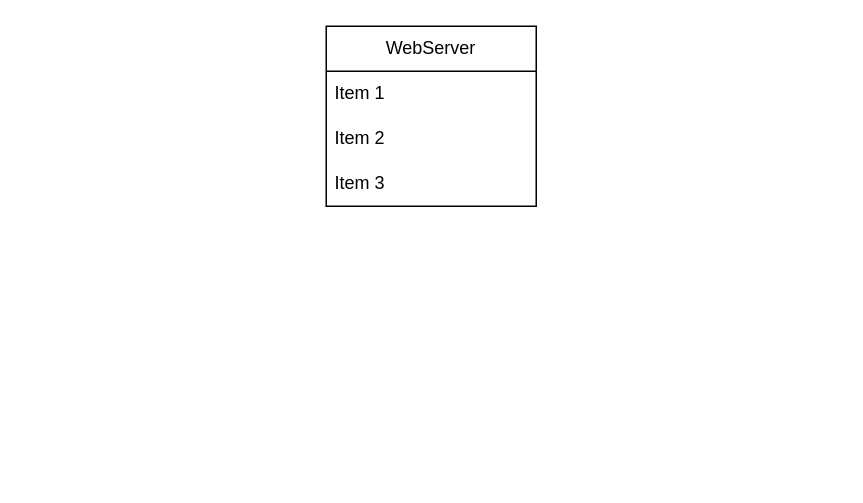
Earlier version of the draw.io diagram Python/DB-DoAn.drawio (TranKuBao/Try_hard_Code). Source tidied: cells renumbered, new cells numbered last; positions are measured from the earlier drawing's top-left corner, leaving out a move shared by most shapes. Both pictures are drawn from the tidied source at 150%, with x=0, y=0 at pixel (326, 26).
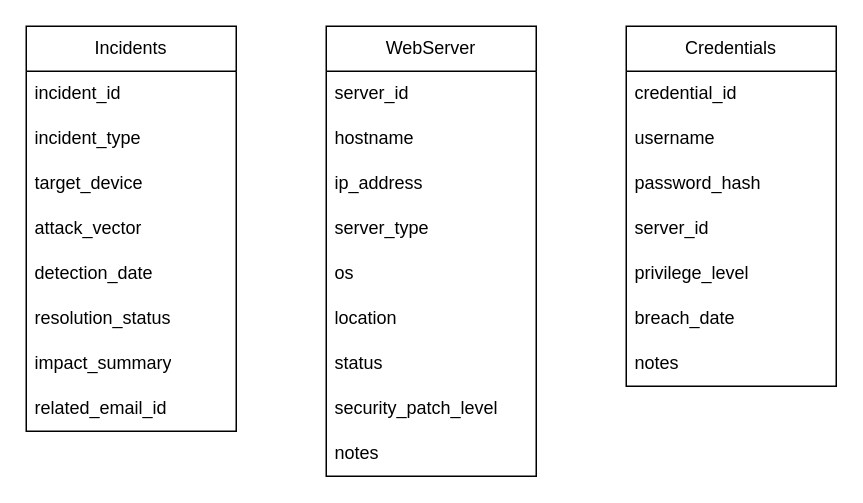
After the change.

The edit, as a diff of the source:
```diff
@@
     <mxCell id="2" value="WebServer" style="swimlane;fontStyle=0;horizontal=1;startSize=30;whiteSpace=wrap;html=1;" parent="1" vertex="1">
-      <mxGeometry width="140" height="120" as="geometry" />
+      <mxGeometry width="140" height="300" as="geometry" />
     </mxCell>
-    <mxCell id="3" value="Item 1" style="text;strokeColor=none;fillColor=none;align=left;verticalAlign=middle;spacingLeft=4;spacingRight=4;overflow=hidden;whiteSpace=wrap;html=1;" parent="2" vertex="1">
+    <mxCell id="3" value="s&lt;span style=&quot;background-color: transparent; color: light-dark(rgb(0, 0, 0), rgb(255, 255, 255));&quot;&gt;erver_id&lt;/span&gt;" style="text;strokeColor=none;fillColor=none;align=left;verticalAlign=middle;spacingLeft=4;spacingRight=4;overflow=hidden;whiteSpace=wrap;html=1;" parent="2" vertex="1">
       <mxGeometry y="30" width="140" height="30" as="geometry" />
     </mxCell>
-    <mxCell id="4" value="Item 2" style="text;strokeColor=none;fillColor=none;align=left;verticalAlign=middle;spacingLeft=4;spacingRight=4;overflow=hidden;whiteSpace=wrap;html=1;" parent="2" vertex="1">
+    <mxCell id="4" value="hostname" style="text;strokeColor=none;fillColor=none;align=left;verticalAlign=middle;spacingLeft=4;spacingRight=4;overflow=hidden;whiteSpace=wrap;html=1;" parent="2" vertex="1">
       <mxGeometry y="60" width="140" height="30" as="geometry" />
     </mxCell>
+    <mxCell id="6" value="ip_address" style="text;strokeColor=none;fillColor=none;align=left;verticalAlign=middle;spacingLeft=4;spacingRight=4;overflow=hidden;whiteSpace=wrap;html=1;" parent="2" vertex="1">
+      <mxGeometry y="90" width="140" height="30" as="geometry" />
+    </mxCell>
-    <mxCell id="5" value="Item 3" style="text;strokeColor=none;fillColor=none;align=left;verticalAlign=middle;spacingLeft=4;spacingRight=4;overflow=hidden;whiteSpace=wrap;html=1;" parent="2" vertex="1">
-      <mxGeometry y="90" width="140" height="30" as="geometry" />
+    <mxCell id="5" value="server_type" style="text;strokeColor=none;fillColor=none;align=left;verticalAlign=middle;spacingLeft=4;spacingRight=4;overflow=hidden;whiteSpace=wrap;html=1;" parent="2" vertex="1">
+      <mxGeometry y="120" width="140" height="30" as="geometry" />
     </mxCell>
+    <mxCell id="7" value="os" style="text;strokeColor=none;fillColor=none;align=left;verticalAlign=middle;spacingLeft=4;spacingRight=4;overflow=hidden;whiteSpace=wrap;html=1;" parent="2" vertex="1">
+      <mxGeometry y="150" width="140" height="30" as="geometry" />
+    </mxCell>
+    <mxCell id="8" value="location" style="text;strokeColor=none;fillColor=none;align=left;verticalAlign=middle;spacingLeft=4;spacingRight=4;overflow=hidden;whiteSpace=wrap;html=1;" parent="2" vertex="1">
+      <mxGeometry y="180" width="140" height="30" as="geometry" />
+    </mxCell>
+    <mxCell id="9" value="status" style="text;strokeColor=none;fillColor=none;align=left;verticalAlign=middle;spacingLeft=4;spacingRight=4;overflow=hidden;whiteSpace=wrap;html=1;" parent="2" vertex="1">
+      <mxGeometry y="210" width="140" height="30" as="geometry" />
+    </mxCell>
+    <mxCell id="10" value="security_patch_level" style="text;strokeColor=none;fillColor=none;align=left;verticalAlign=middle;spacingLeft=4;spacingRight=4;overflow=hidden;whiteSpace=wrap;html=1;" parent="2" vertex="1">
+      <mxGeometry y="240" width="140" height="30" as="geometry" />
+    </mxCell>
+    <mxCell id="11" value="notes" style="text;strokeColor=none;fillColor=none;align=left;verticalAlign=middle;spacingLeft=4;spacingRight=4;overflow=hidden;whiteSpace=wrap;html=1;" parent="2" vertex="1">
+      <mxGeometry y="270" width="140" height="30" as="geometry" />
+    </mxCell>
+    <mxCell id="12" value="Incidents" style="swimlane;fontStyle=0;horizontal=1;startSize=30;whiteSpace=wrap;html=1;" parent="1" vertex="1">
+      <mxGeometry x="-200" width="140" height="270" as="geometry" />
+    </mxCell>
+    <mxCell id="13" value="incident_id" style="text;strokeColor=none;fillColor=none;align=left;verticalAlign=middle;spacingLeft=4;spacingRight=4;overflow=hidden;whiteSpace=wrap;html=1;" parent="12" vertex="1">
+      <mxGeometry y="30" width="140" height="30" as="geometry" />
+    </mxCell>
+    <mxCell id="14" value="incident_type" style="text;strokeColor=none;fillColor=none;align=left;verticalAlign=middle;spacingLeft=4;spacingRight=4;overflow=hidden;whiteSpace=wrap;html=1;" parent="12" vertex="1">
+      <mxGeometry y="60" width="140" height="30" as="geometry" />
+    </mxCell>
+    <mxCell id="15" value="target_device" style="text;strokeColor=none;fillColor=none;align=left;verticalAlign=middle;spacingLeft=4;spacingRight=4;overflow=hidden;whiteSpace=wrap;html=1;" parent="12" vertex="1">
+      <mxGeometry y="90" width="140" height="30" as="geometry" />
+    </mxCell>
+    <mxCell id="16" value="attack_vector" style="text;strokeColor=none;fillColor=none;align=left;verticalAlign=middle;spacingLeft=4;spacingRight=4;overflow=hidden;whiteSpace=wrap;html=1;" parent="12" vertex="1">
+      <mxGeometry y="120" width="140" height="30" as="geometry" />
+    </mxCell>
+    <mxCell id="17" value="detection_date" style="text;strokeColor=none;fillColor=none;align=left;verticalAlign=middle;spacingLeft=4;spacingRight=4;overflow=hidden;whiteSpace=wrap;html=1;" parent="12" vertex="1">
+      <mxGeometry y="150" width="140" height="30" as="geometry" />
+    </mxCell>
+    <mxCell id="18" value="resolution_status" style="text;strokeColor=none;fillColor=none;align=left;verticalAlign=middle;spacingLeft=4;spacingRight=4;overflow=hidden;whiteSpace=wrap;html=1;" parent="12" vertex="1">
+      <mxGeometry y="180" width="140" height="30" as="geometry" />
+    </mxCell>
+    <mxCell id="19" value="impact_summary" style="text;strokeColor=none;fillColor=none;align=left;verticalAlign=middle;spacingLeft=4;spacingRight=4;overflow=hidden;whiteSpace=wrap;html=1;" parent="12" vertex="1">
+      <mxGeometry y="210" width="140" height="30" as="geometry" />
+    </mxCell>
+    <mxCell id="20" value="related_email_id" style="text;strokeColor=none;fillColor=none;align=left;verticalAlign=middle;spacingLeft=4;spacingRight=4;overflow=hidden;whiteSpace=wrap;html=1;" parent="12" vertex="1">
+      <mxGeometry y="240" width="140" height="30" as="geometry" />
+    </mxCell>
+    <mxCell id="21" value="Credentials" style="swimlane;fontStyle=0;horizontal=1;startSize=30;whiteSpace=wrap;html=1;" parent="1" vertex="1">
+      <mxGeometry x="200" width="140" height="240" as="geometry" />
+    </mxCell>
+    <mxCell id="22" value="credential_id" style="text;strokeColor=none;fillColor=none;align=left;verticalAlign=middle;spacingLeft=4;spacingRight=4;overflow=hidden;whiteSpace=wrap;html=1;" parent="21" vertex="1">
+      <mxGeometry y="30" width="140" height="30" as="geometry" />
+    </mxCell>
+    <mxCell id="23" value="username" style="text;strokeColor=none;fillColor=none;align=left;verticalAlign=middle;spacingLeft=4;spacingRight=4;overflow=hidden;whiteSpace=wrap;html=1;" parent="21" vertex="1">
+      <mxGeometry y="60" width="140" height="30" as="geometry" />
+    </mxCell>
+    <mxCell id="24" value="password_hash" style="text;strokeColor=none;fillColor=none;align=left;verticalAlign=middle;spacingLeft=4;spacingRight=4;overflow=hidden;whiteSpace=wrap;html=1;" parent="21" vertex="1">
+      <mxGeometry y="90" width="140" height="30" as="geometry" />
+    </mxCell>
+    <mxCell id="25" value="server_id" style="text;strokeColor=none;fillColor=none;align=left;verticalAlign=middle;spacingLeft=4;spacingRight=4;overflow=hidden;whiteSpace=wrap;html=1;" parent="21" vertex="1">
+      <mxGeometry y="120" width="140" height="30" as="geometry" />
+    </mxCell>
+    <mxCell id="26" value="privilege_level" style="text;strokeColor=none;fillColor=none;align=left;verticalAlign=middle;spacingLeft=4;spacingRight=4;overflow=hidden;whiteSpace=wrap;html=1;" parent="21" vertex="1">
+      <mxGeometry y="150" width="140" height="30" as="geometry" />
+    </mxCell>
+    <mxCell id="27" value="breach_date" style="text;strokeColor=none;fillColor=none;align=left;verticalAlign=middle;spacingLeft=4;spacingRight=4;overflow=hidden;whiteSpace=wrap;html=1;" parent="21" vertex="1">
+      <mxGeometry y="180" width="140" height="30" as="geometry" />
+    </mxCell>
+    <mxCell id="28" value="notes" style="text;strokeColor=none;fillColor=none;align=left;verticalAlign=middle;spacingLeft=4;spacingRight=4;overflow=hidden;whiteSpace=wrap;html=1;" parent="21" vertex="1">
+      <mxGeometry y="210" width="140" height="30" as="geometry" />
+    </mxCell>
```
